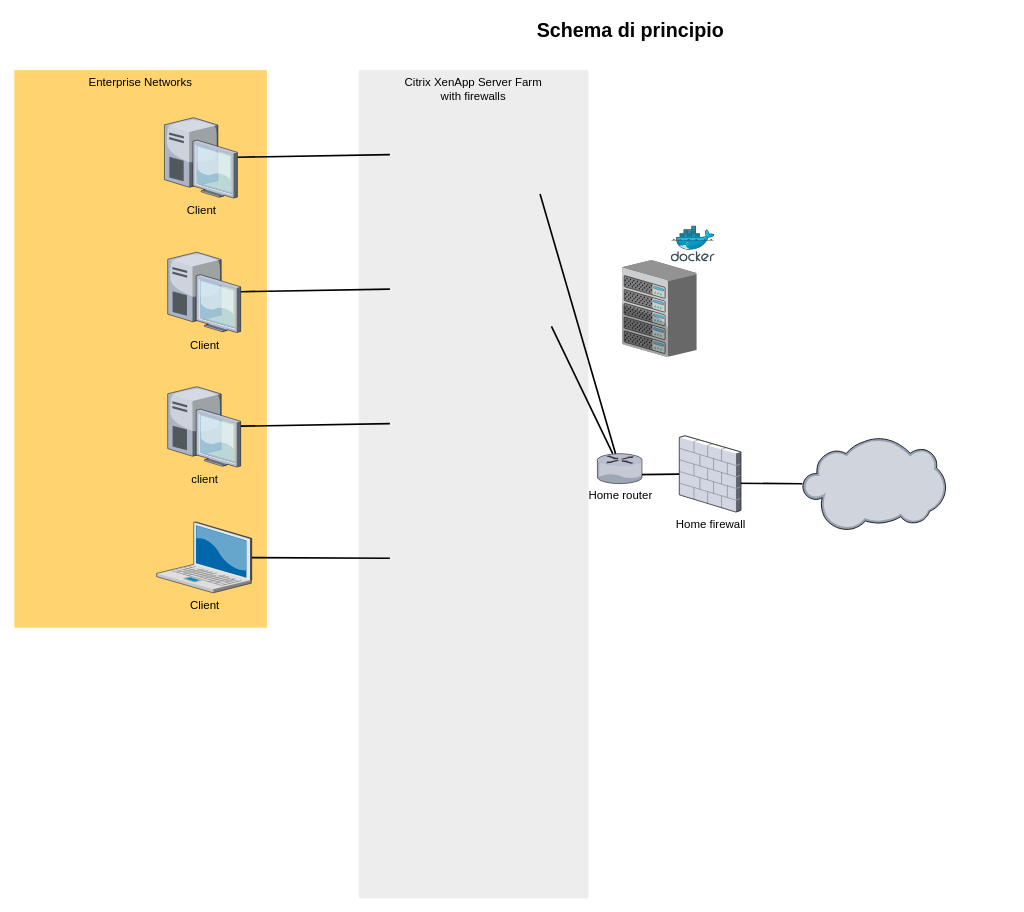
Earlier version of the draw.io diagram Diagramma non titolato.drawio (frigi83/traefik-examples). Source tidied: cells renumbered, new cells numbered last; positions are measured from the earlier drawing's top-left corner, leaving out a move shared by most shapes. Both pictures are drawn from the tidied source at 82%, with x=0, y=0 at pixel (14, 14). Pictures stored in the file or linked from it are replaced by grey dashed boxes.
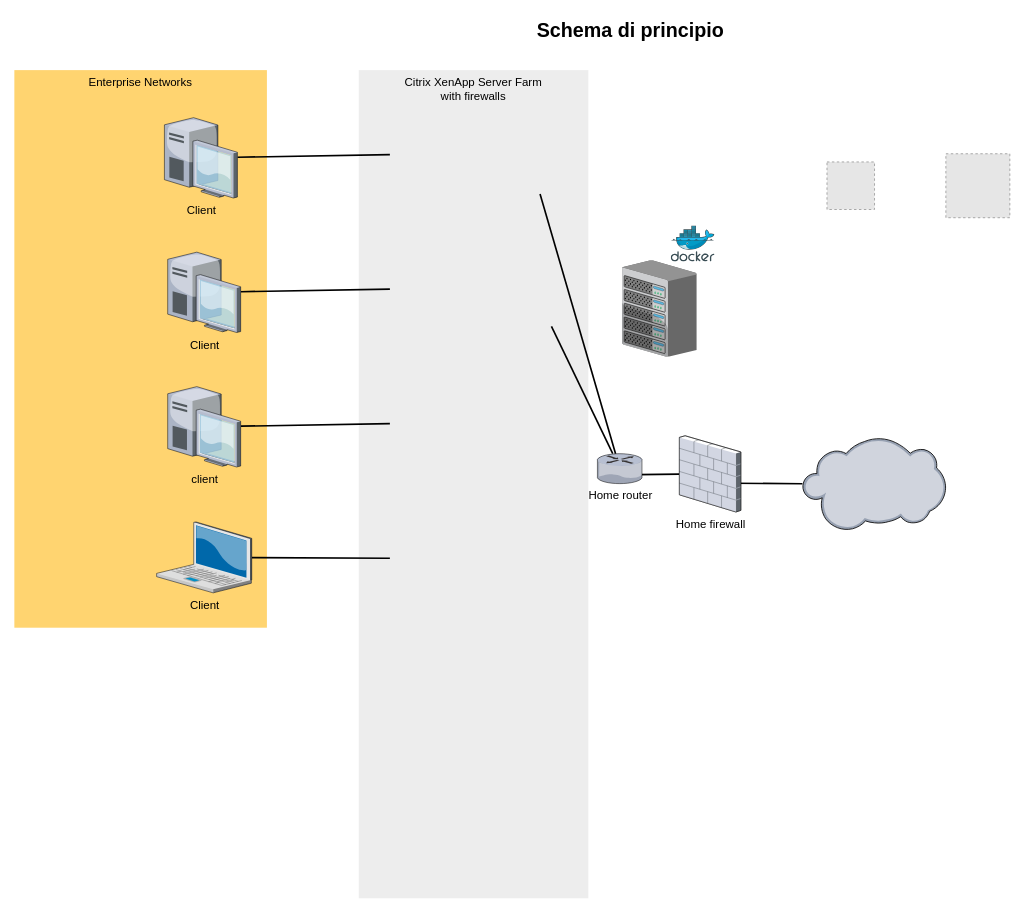
The same diagram, later.

What changed in the source:
```diff
@@
+    <mxCell id="22" style="fillColor=#E6E6E6;strokeColor=#999999;dashed=1;html=1;verticalAlign=top;verticalLabelPosition=bottom;labelBackgroundColor=#ffffff;" parent="1" vertex="1">
+      <mxGeometry x="1136" y="170" width="78" height="78" as="geometry" />
+    </mxCell>
+    <mxCell id="23" style="fillColor=#E6E6E6;strokeColor=#999999;dashed=1;html=1;verticalAlign=top;verticalLabelPosition=bottom;labelBackgroundColor=#ffffff;" parent="1" vertex="1">
+      <mxGeometry x="991" y="180" width="58" height="58" as="geometry" />
+    </mxCell>
```
